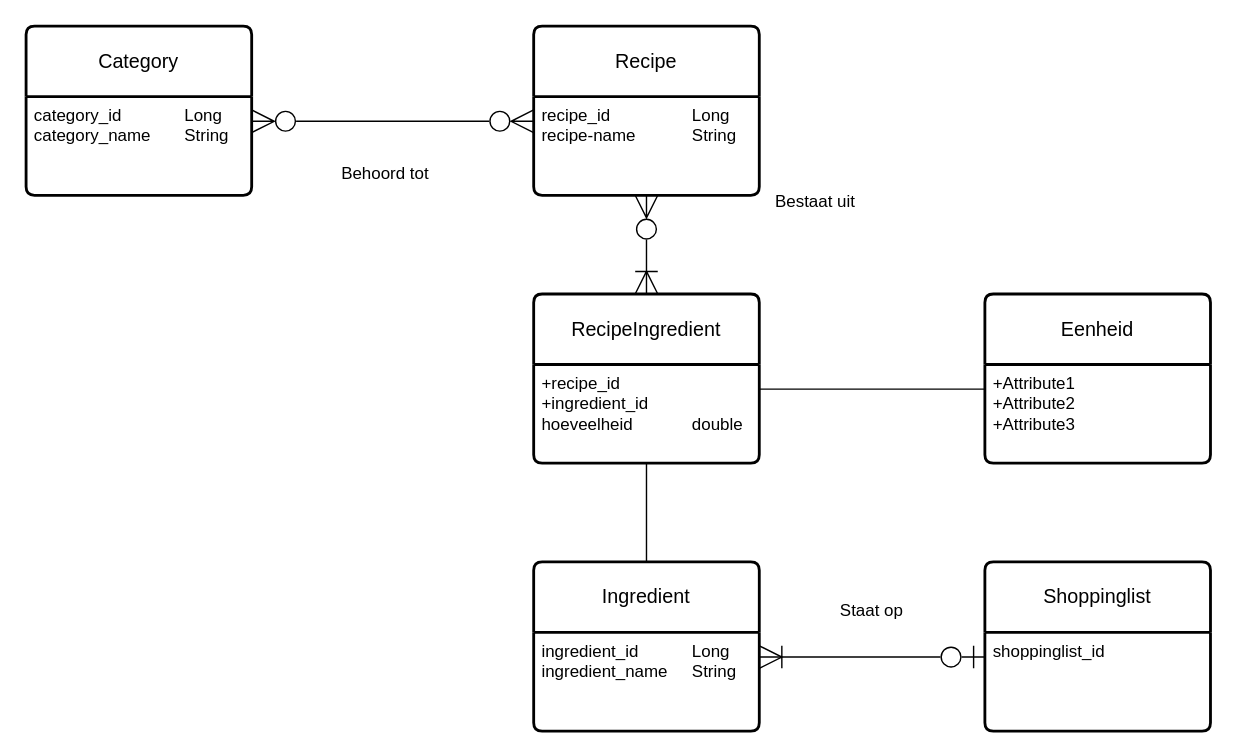
Earlier version of the draw.io diagram Documenten/Receptenradar ERD.drawio (C17-MIW-NN/P1-ReceptenRadar). Source tidied: cells renumbered, new cells numbered last; positions are measured from the earlier drawing's top-left corner, leaving out a move shared by most shapes. Both pictures are drawn from the tidied source at 141%, with x=0, y=0 at pixel (25, 25).
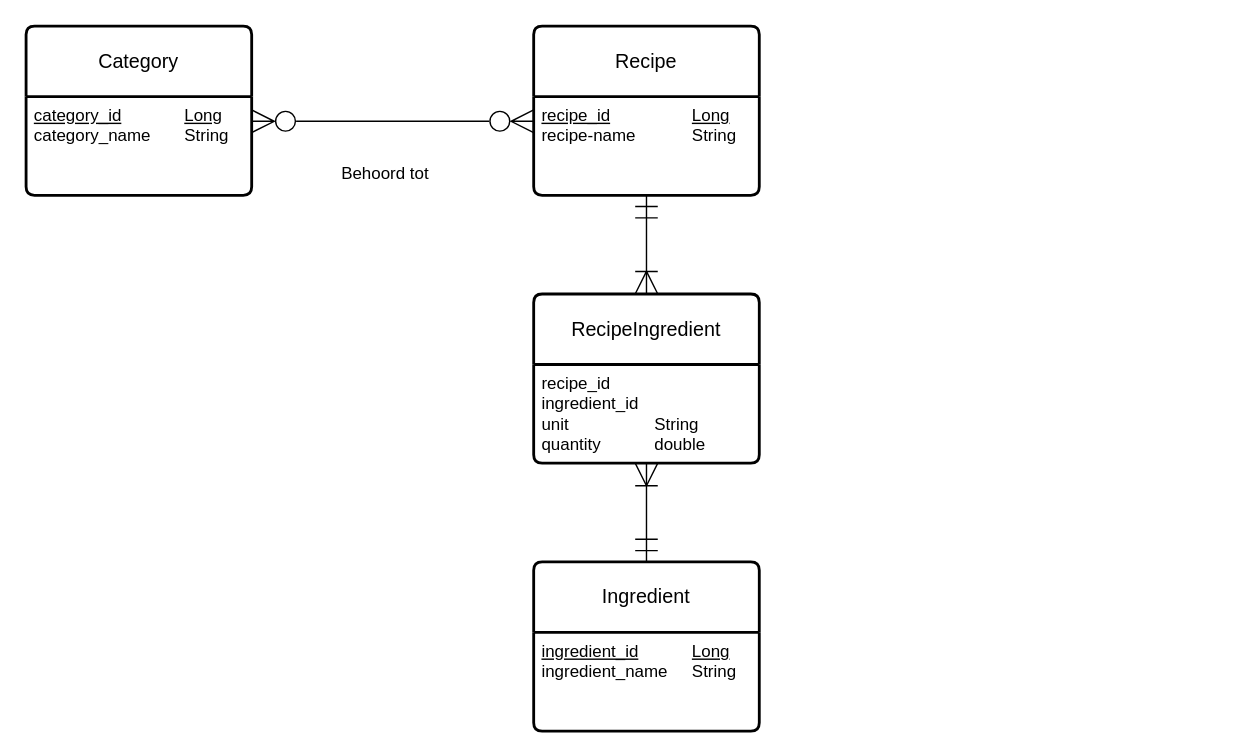
The same page after the edit.

Unchanged cells that the change refers to:
```xml
<mxCell id="2" value="Recipe" style="swimlane;horizontal=1;startSize=50;rounded=1;fontSize=14;fontStyle=0;strokeWidth=2;shadow=0;dashed=0;align=center;arcSize=4;whiteSpace=wrap;html=1;" parent="1" vertex="1">
  <mxGeometry x="360" width="160" height="120" as="geometry" />
</mxCell>
<mxCell id="4" value="Category" style="swimlane;horizontal=1;startSize=50;rounded=1;fontSize=14;fontStyle=0;strokeWidth=2;shadow=0;dashed=0;align=center;arcSize=4;whiteSpace=wrap;html=1;" parent="1" vertex="1">
  <mxGeometry width="160" height="120" as="geometry" />
</mxCell>
<mxCell id="6" value="Ingredient" style="swimlane;horizontal=1;startSize=50;rounded=1;fontSize=14;fontStyle=0;strokeWidth=2;shadow=0;dashed=0;align=center;arcSize=4;whiteSpace=wrap;html=1;" parent="1" vertex="1">
  <mxGeometry x="360" y="380" width="160" height="120" as="geometry" />
</mxCell>
<mxCell id="16" value="RecipeIngredient" style="swimlane;horizontal=1;startSize=50;rounded=1;fontSize=14;fontStyle=0;strokeWidth=2;shadow=0;dashed=0;align=center;arcSize=4;whiteSpace=wrap;html=1;" parent="1" vertex="1">
  <mxGeometry x="360" y="190" width="160" height="120" as="geometry" />
</mxCell>
```

The edit, as a diff of the source:
```diff
@@
-    <mxCell id="3" value="recipe_id&lt;span style=&quot;white-space: pre;&quot;&gt;&#9;&lt;/span&gt;&lt;span style=&quot;white-space: pre;&quot;&gt;&#9;&lt;/span&gt;&lt;span style=&quot;white-space: pre;&quot;&gt;&#9;&lt;/span&gt;Long&lt;div&gt;recipe-name&lt;span style=&quot;white-space: pre;&quot;&gt;&#9;&lt;/span&gt;&lt;span style=&quot;white-space: pre;&quot;&gt;&#9;&lt;/span&gt;String&lt;/div&gt;" style="align=left;strokeColor=none;fillColor=none;spacingLeft=4;spacingRight=4;fontSize=12;verticalAlign=top;html=1;whiteSpace=wrap;" parent="2" vertex="1">
+    <mxCell id="3" value="&lt;u&gt;recipe_id&lt;span style=&quot;white-space: pre;&quot;&gt;&#9;&lt;/span&gt;&lt;span style=&quot;white-space: pre;&quot;&gt;&#9;&lt;/span&gt;&lt;span style=&quot;white-space: pre;&quot;&gt;&#9;&lt;/span&gt;Long&lt;/u&gt;&lt;div&gt;recipe-name&lt;span style=&quot;white-space: pre;&quot;&gt;&#9;&lt;/span&gt;&lt;span style=&quot;white-space: pre;&quot;&gt;&#9;&lt;/span&gt;String&lt;/div&gt;" style="align=left;strokeColor=none;fillColor=none;spacingLeft=4;spacingRight=4;fontSize=12;verticalAlign=top;html=1;whiteSpace=wrap;" parent="2" vertex="1">
       <mxGeometry y="50" width="160" height="70" as="geometry" />
     </mxCell>
@@
-    <mxCell id="5" value="category_id&lt;span style=&quot;white-space: pre;&quot;&gt;&#9;&lt;/span&gt;&lt;span style=&quot;white-space: pre;&quot;&gt;&#9;&lt;/span&gt;Long&lt;div&gt;category_name&lt;span style=&quot;white-space: pre;&quot;&gt;&#9;&lt;/span&gt;String&lt;br&gt;&lt;div&gt;&lt;br&gt;&lt;/div&gt;&lt;/div&gt;" style="align=left;strokeColor=none;fillColor=none;spacingLeft=4;spacingRight=4;fontSize=12;verticalAlign=top;html=1;whiteSpace=wrap;" parent="4" vertex="1">
+    <mxCell id="5" value="&lt;u&gt;category_id&lt;span style=&quot;white-space: pre;&quot;&gt;&#9;&lt;/span&gt;&lt;span style=&quot;white-space: pre;&quot;&gt;&#9;&lt;/span&gt;Long&lt;/u&gt;&lt;div&gt;category_name&lt;span style=&quot;white-space: pre;&quot;&gt;&#9;&lt;/span&gt;String&lt;br&gt;&lt;div&gt;&lt;br&gt;&lt;/div&gt;&lt;/div&gt;" style="align=left;strokeColor=none;fillColor=none;spacingLeft=4;spacingRight=4;fontSize=12;verticalAlign=top;html=1;whiteSpace=wrap;" parent="4" vertex="1">
       <mxGeometry y="50" width="160" height="70" as="geometry" />
     </mxCell>
@@
-    <mxCell id="7" value="ingredient_id&lt;span style=&quot;white-space: pre;&quot;&gt;&#9;&lt;/span&gt;&lt;span style=&quot;white-space: pre;&quot;&gt;&#9;&lt;/span&gt;Long&lt;div&gt;ingredient_name&lt;span style=&quot;white-space: pre;&quot;&gt;&#9;&lt;/span&gt;String&lt;/div&gt;&lt;div&gt;&lt;br&gt;&lt;/div&gt;&lt;div&gt;&lt;br&gt;&lt;/div&gt;" style="align=left;strokeColor=none;fillColor=none;spacingLeft=4;spacingRight=4;fontSize=12;verticalAlign=top;html=1;whiteSpace=wrap;" parent="6" vertex="1">
+    <mxCell id="7" value="&lt;u&gt;ingredient_id&lt;span style=&quot;white-space: pre;&quot;&gt;&#9;&lt;/span&gt;&lt;span style=&quot;white-space: pre;&quot;&gt;&#9;&lt;/span&gt;Long&lt;/u&gt;&lt;div&gt;ingredient_name&lt;span style=&quot;white-space: pre;&quot;&gt;&#9;&lt;/span&gt;String&lt;/div&gt;&lt;div&gt;&lt;br&gt;&lt;/div&gt;&lt;div&gt;&lt;br&gt;&lt;/div&gt;" style="align=left;strokeColor=none;fillColor=none;spacingLeft=4;spacingRight=4;fontSize=12;verticalAlign=top;html=1;whiteSpace=wrap;" parent="6" vertex="1">
       <mxGeometry y="50" width="160" height="70" as="geometry" />
     </mxCell>
-    <mxCell id="8" value="Shoppinglist" style="swimlane;horizontal=1;startSize=50;rounded=1;fontSize=14;fontStyle=0;strokeWidth=2;shadow=0;dashed=0;align=center;arcSize=4;whiteSpace=wrap;html=1;" parent="1" vertex="1">
-      <mxGeometry x="680" y="380" width="160" height="120" as="geometry" />
-    </mxCell>
-    <mxCell id="9" value="shoppinglist_id&lt;div&gt;&lt;br&gt;&lt;/div&gt;" style="align=left;strokeColor=none;fillColor=none;spacingLeft=4;spacingRight=4;fontSize=12;verticalAlign=top;html=1;whiteSpace=wrap;" parent="8" vertex="1">
-      <mxGeometry y="50" width="160" height="70" as="geometry" />
-    </mxCell>
@@
-    <mxCell id="11" style="endArrow=ERzeroToOne;html=1;rounded=0;exitX=1;exitY=0.25;exitDx=0;exitDy=0;entryX=0;entryY=0.25;entryDx=0;entryDy=0;startSize=14;endSize=14;startArrow=ERoneToMany;startFill=0;endFill=0;" parent="1" edge="1" source="7" target="9">
-      <mxGeometry relative="1" as="geometry" />
-    </mxCell>
-    <mxCell id="12" style="endArrow=ERzeroToMany;html=1;rounded=0;exitX=0.5;exitY=0;exitDx=0;exitDy=0;entryX=0.5;entryY=1;entryDx=0;entryDy=0;startArrow=ERoneToMany;startFill=0;startSize=14;endSize=14;endFill=0;" parent="1" edge="1" source="16" target="3">
+    <mxCell id="12" style="endArrow=ERoneToMany;html=1;rounded=0;exitX=0.5;exitY=1;exitDx=0;exitDy=0;startArrow=ERmandOne;startFill=0;startSize=14;endSize=14;endFill=0;entryX=0.5;entryY=0;entryDx=0;entryDy=0;" parent="1" edge="1" source="3" target="16">
       <mxGeometry relative="1" as="geometry" />
     </mxCell>
@@
-    <mxCell id="14" value="Bestaat uit" style="text;html=1;align=center;verticalAlign=middle;whiteSpace=wrap;rounded=0;" parent="1" vertex="1">
-      <mxGeometry x="530" y="110" width="60" height="30" as="geometry" />
-    </mxCell>
-    <mxCell id="15" value="Staat op" style="text;html=1;align=center;verticalAlign=middle;whiteSpace=wrap;rounded=0;" parent="1" vertex="1">
-      <mxGeometry x="570" y="400" width="60" height="30" as="geometry" />
-    </mxCell>
@@
-    <mxCell id="17" value="+recipe_id&lt;br&gt;+ingredient_id&lt;div&gt;hoeveelheid&lt;span style=&quot;white-space: pre;&quot;&gt;&#9;&lt;/span&gt;&lt;span style=&quot;white-space: pre;&quot;&gt;&#9;&lt;/span&gt;double&lt;/div&gt;&lt;div&gt;&lt;br&gt;&lt;/div&gt;" style="align=left;strokeColor=none;fillColor=none;spacingLeft=4;spacingRight=4;fontSize=12;verticalAlign=top;html=1;whiteSpace=wrap;" parent="16" vertex="1">
+    <mxCell id="17" value="recipe_id&lt;br&gt;ingredient_id&lt;div&gt;unit&lt;span style=&quot;white-space: pre;&quot;&gt;&#9;&lt;/span&gt;&lt;span style=&quot;white-space: pre;&quot;&gt;&#9;&lt;/span&gt;&lt;span style=&quot;white-space: pre;&quot;&gt;&#9;&lt;/span&gt;String&lt;br&gt;&lt;div&gt;quantity&lt;span style=&quot;white-space: pre;&quot;&gt;&#9;&lt;/span&gt;&lt;span style=&quot;white-space: pre;&quot;&gt;&#9;&lt;/span&gt;double&lt;/div&gt;&lt;div&gt;&lt;br&gt;&lt;/div&gt;&lt;/div&gt;" style="align=left;strokeColor=none;fillColor=none;spacingLeft=4;spacingRight=4;fontSize=12;verticalAlign=top;html=1;whiteSpace=wrap;" parent="16" vertex="1">
       <mxGeometry y="50" width="160" height="70" as="geometry" />
     </mxCell>
-    <mxCell id="18" style="endArrow=none;html=1;rounded=0;entryX=0.5;entryY=0;entryDx=0;entryDy=0;exitX=0.5;exitY=1;exitDx=0;exitDy=0;" parent="1" edge="1" source="17" target="6">
+    <mxCell id="18" style="endArrow=ERmandOne;html=1;rounded=0;entryX=0.5;entryY=0;entryDx=0;entryDy=0;exitX=0.5;exitY=1;exitDx=0;exitDy=0;startSize=14;startArrow=ERoneToMany;startFill=0;endSize=14;endFill=0;" parent="1" edge="1" source="17" target="6">
       <mxGeometry relative="1" as="geometry" />
     </mxCell>
-    <mxCell id="19" value="Eenheid" style="swimlane;horizontal=1;startSize=50;rounded=1;fontSize=14;fontStyle=0;strokeWidth=2;shadow=0;dashed=0;align=center;arcSize=4;whiteSpace=wrap;html=1;" parent="1" vertex="1">
-      <mxGeometry x="680" y="190" width="160" height="120" as="geometry" />
-    </mxCell>
-    <mxCell id="20" value="+Attribute1&#10;+Attribute2&#10;+Attribute3" style="align=left;strokeColor=none;fillColor=none;spacingLeft=4;spacingRight=4;fontSize=12;verticalAlign=top;html=1;whiteSpace=wrap;" parent="19" vertex="1">
-      <mxGeometry y="50" width="160" height="70" as="geometry" />
-    </mxCell>
-    <mxCell id="21" style="endArrow=none;html=1;rounded=0;entryX=0;entryY=0.25;entryDx=0;entryDy=0;exitX=1;exitY=0.25;exitDx=0;exitDy=0;" parent="1" edge="1" source="17" target="20">
-      <mxGeometry relative="1" as="geometry" />
-    </mxCell>
```
